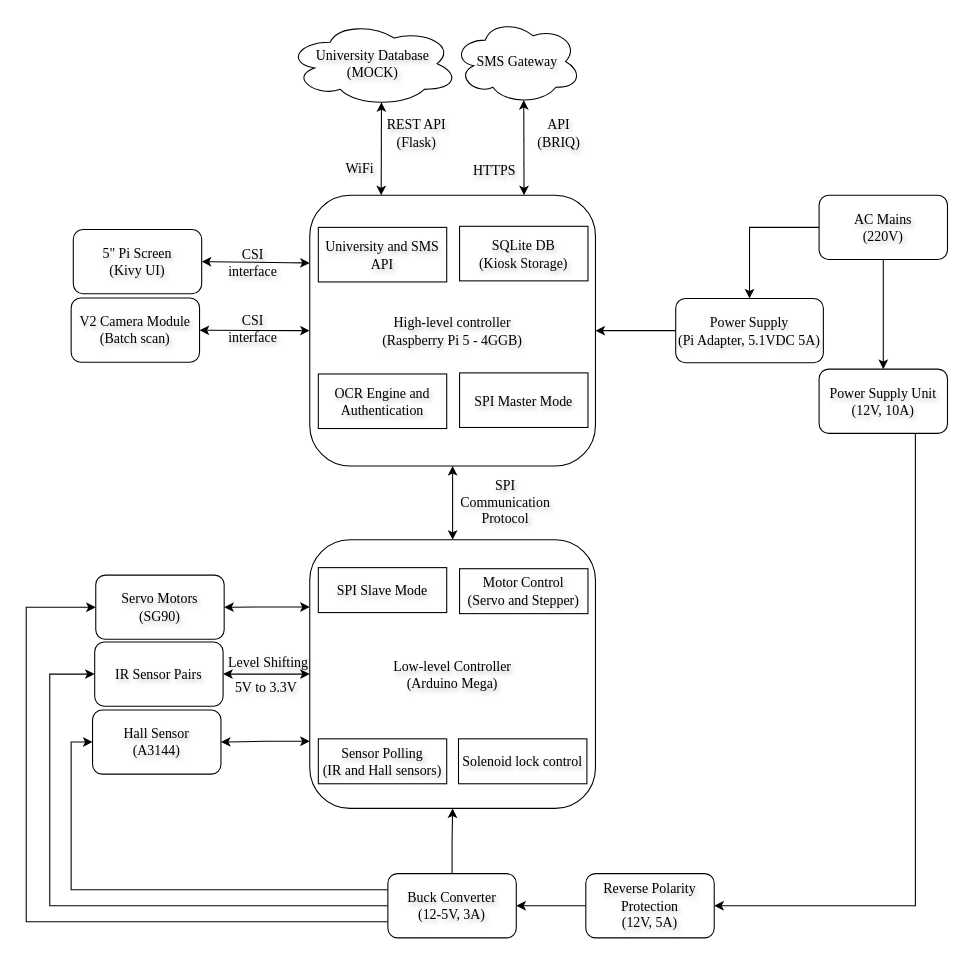
musyani-io/card-issuance-system keeps this draw.io diagram as docs/official/card_issuance_block.drawio. Above is the earlier version. Source tidied: cells renumbered, new cells numbered last; positions are measured from the earlier drawing's top-left corner, leaving out a move shared by most shapes. Both pictures are drawn from the tidied source at 107%, with x=0, y=0 at pixel (26, 18).
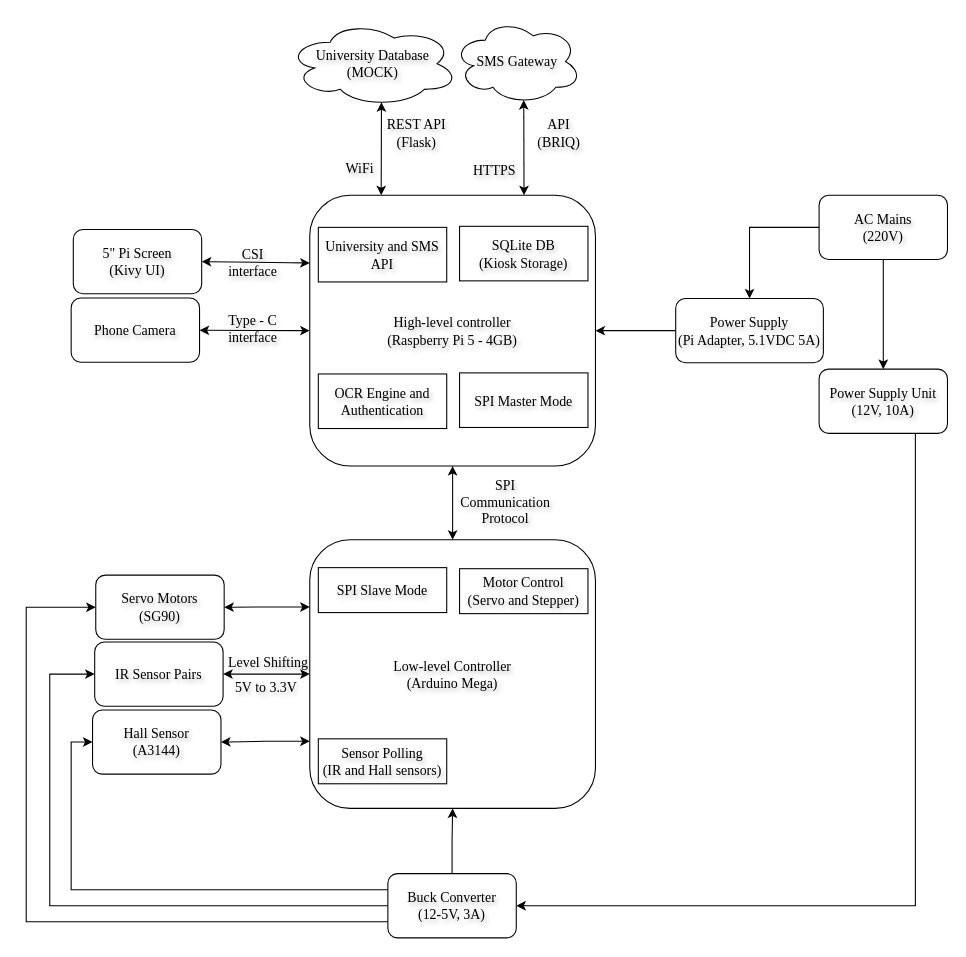
The same page after the edit.

Commit message:
fix: block diagram

Unchanged cells that the change refers to:
```xml
<mxCell id="19" value="Power Supply Unit&lt;br&gt;&lt;div&gt;(12V, 10A)&lt;/div&gt;" style="rounded=1;whiteSpace=wrap;html=1;fontFamily=Times New Roman;fontStyle=0;fontSize=13;labelBackgroundColor=none;textShadow=1;" parent="1" vertex="1">
  <mxGeometry x="741" y="327.5" width="120" height="60" as="geometry" />
</mxCell>
<mxCell id="21" value="Buck Converter&lt;br&gt;(12-5V, 3A)" style="rounded=1;whiteSpace=wrap;html=1;fontFamily=Times New Roman;fontStyle=0;fontSize=13;labelBackgroundColor=none;textShadow=1;" parent="1" vertex="1">
  <mxGeometry x="338" y="799" width="120" height="60" as="geometry" />
</mxCell>
```

The edit, as a diff of the source:
```diff
@@
-    <mxCell id="2" value="&lt;div align=&quot;center&quot;&gt;High-level controller&lt;br&gt;&lt;div&gt;(Raspberry Pi 5 - 4GGB)&lt;/div&gt;&lt;/div&gt;" style="whiteSpace=wrap;html=1;rounded=1;align=center;fontFamily=Times New Roman;fontStyle=0;fontSize=13;labelBackgroundColor=none;textShadow=1;" parent="1" vertex="1">
+    <mxCell id="2" value="&lt;div align=&quot;center&quot;&gt;High-level controller&lt;br&gt;&lt;div&gt;(Raspberry Pi 5 - 4GB)&lt;/div&gt;&lt;/div&gt;" style="whiteSpace=wrap;html=1;rounded=1;align=center;fontFamily=Times New Roman;fontStyle=0;fontSize=13;labelBackgroundColor=none;textShadow=1;" parent="1" vertex="1">
       <mxGeometry x="265" y="165" width="267" height="253" as="geometry" />
     </mxCell>
@@
-    <mxCell id="7" value="V2 Camera Module&lt;br&gt;&lt;div&gt;(Batch scan)&lt;/div&gt;" style="rounded=1;whiteSpace=wrap;html=1;fontFamily=Times New Roman;fontStyle=0;fontSize=13;labelBackgroundColor=none;textShadow=1;" parent="1" vertex="1">
+    <mxCell id="7" value="Phone Camera" style="rounded=1;whiteSpace=wrap;html=1;fontFamily=Times New Roman;fontStyle=0;fontSize=13;labelBackgroundColor=none;textShadow=1;" parent="1" vertex="1">
       <mxGeometry x="42" y="261" width="120" height="60" as="geometry" />
     </mxCell>
@@
-    <mxCell id="13" value="CSI interface" style="text;html=1;whiteSpace=wrap;strokeColor=none;fillColor=none;align=center;verticalAlign=middle;rounded=0;fontFamily=Times New Roman;fontStyle=0;fontSize=13;labelBackgroundColor=none;textShadow=1;" parent="1" vertex="1">
+    <mxCell id="13" value="Type - C interface" style="text;html=1;whiteSpace=wrap;strokeColor=none;fillColor=none;align=center;verticalAlign=middle;rounded=0;fontFamily=Times New Roman;fontStyle=0;fontSize=13;labelBackgroundColor=none;textShadow=1;" parent="1" vertex="1">
       <mxGeometry x="182" y="275" width="60" height="30" as="geometry" />
     </mxCell>
@@
-    <mxCell id="18" style="edgeStyle=orthogonalEdgeStyle;rounded=0;jettySize=auto;html=1;exitX=0.75;exitY=1;exitDx=0;exitDy=0;entryX=1;entryY=0.5;entryDx=0;entryDy=0;fontFamily=Times New Roman;fontStyle=0;fontSize=13;labelBackgroundColor=none;textShadow=1;" parent="1" edge="1" source="19" target="49">
+    <mxCell id="18" style="edgeStyle=orthogonalEdgeStyle;rounded=0;jettySize=auto;html=1;exitX=0.75;exitY=1;exitDx=0;exitDy=0;entryX=1;entryY=0.5;entryDx=0;entryDy=0;fontFamily=Times New Roman;fontStyle=0;fontSize=13;labelBackgroundColor=none;textShadow=1;" parent="1" edge="1" source="19" target="21">
       <mxGeometry relative="1" as="geometry" />
     </mxCell>
@@
-    <mxCell id="39" value="Solenoid lock control" style="rounded=0;whiteSpace=wrap;html=1;fontFamily=Times New Roman;fontStyle=0;fontSize=13;labelBackgroundColor=none;textShadow=1;" parent="1" vertex="1">
-      <mxGeometry x="404" y="673" width="120" height="42" as="geometry" />
-    </mxCell>
@@
-    <mxCell id="48" style="edgeStyle=orthogonalEdgeStyle;rounded=0;jettySize=auto;html=1;exitX=0;exitY=0.5;exitDx=0;exitDy=0;fontFamily=Times New Roman;fontStyle=0;fontSize=13;labelBackgroundColor=none;textShadow=1;" parent="1" edge="1" source="49" target="21">
-      <mxGeometry relative="1" as="geometry" />
-    </mxCell>
-    <mxCell id="49" value="&lt;div&gt;Reverse Polarity Protection&lt;/div&gt;&lt;div&gt;(12V, 5A)&lt;/div&gt;" style="rounded=1;whiteSpace=wrap;html=1;fontFamily=Times New Roman;fontStyle=0;fontSize=13;labelBackgroundColor=none;textShadow=1;" parent="1" vertex="1">
-      <mxGeometry x="523" y="799" width="120" height="60" as="geometry" />
-    </mxCell>
```
